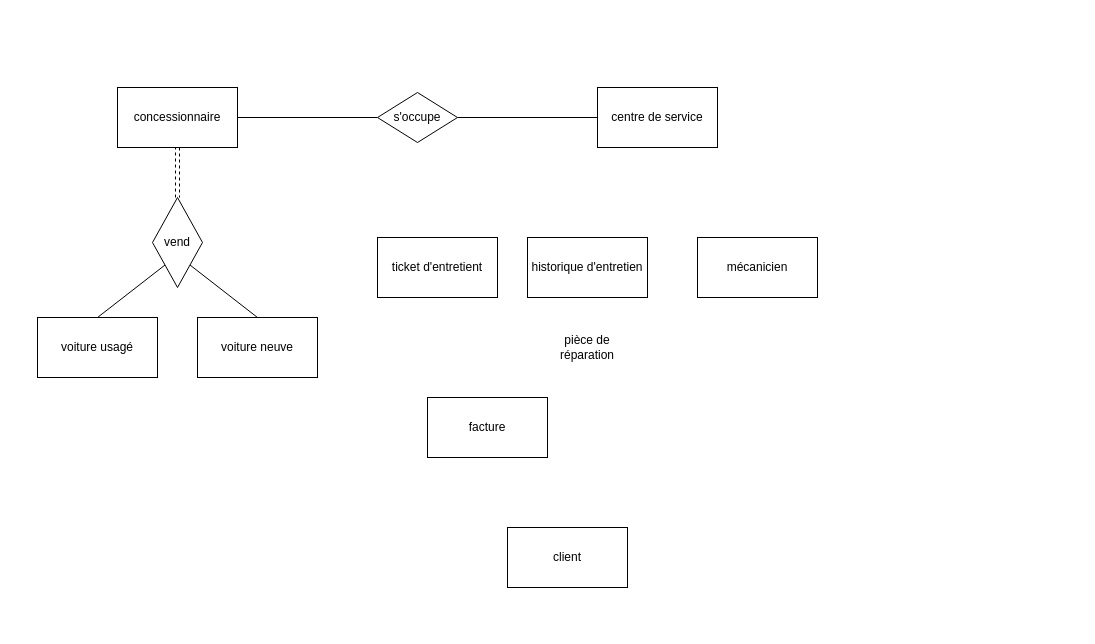
Above: Diagramme sans nom.drawio in AlexisBoucher/IFT2935 (draw.io), before the change. Source tidied: cells renumbered, new cells numbered last; positions are measured from the earlier drawing's top-left corner, leaving out a move shared by most shapes. Both pictures are drawn from the tidied source at 100%, with x=0, y=0 at pixel (37, 87).
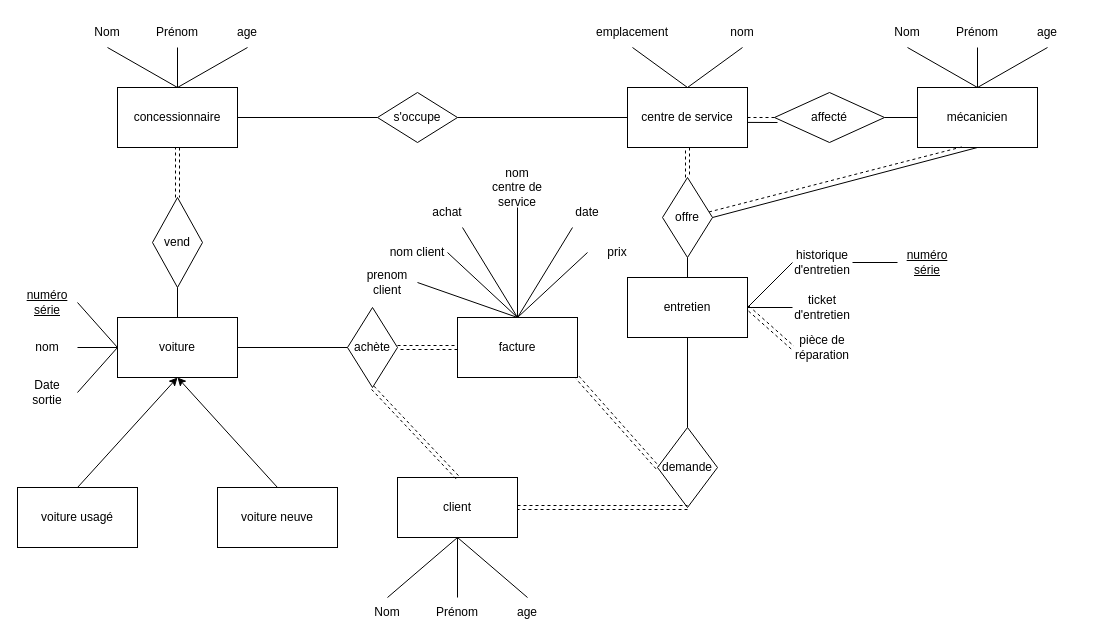
The same diagram, later.

Commit message:
Mettre à jour Diagramme sans nom.drawio

The change refers to these unchanged cells:
```xml
<mxCell id="2" value="concessionnaire" style="rounded=0;whiteSpace=wrap;html=1;" parent="1" vertex="1">
  <mxGeometry x="80" width="120" height="60" as="geometry" />
</mxCell>
<mxCell id="10" value="vend" style="rhombus;whiteSpace=wrap;html=1;" parent="1" vertex="1">
  <mxGeometry x="115" y="110" width="50" height="90" as="geometry" />
</mxCell>
```

The edit, as a diff of the source:
```diff
@@
     <mxCell id="3" value="voiture neuve" style="rounded=0;whiteSpace=wrap;html=1;" parent="1" vertex="1">
-      <mxGeometry x="160" y="230" width="120" height="60" as="geometry" />
+      <mxGeometry x="180" y="400" width="120" height="60" as="geometry" />
     </mxCell>
     <mxCell id="4" value="voiture usagé" style="rounded=0;whiteSpace=wrap;html=1;" parent="1" vertex="1">
-      <mxGeometry y="230" width="120" height="60" as="geometry" />
+      <mxGeometry x="-20" y="400" width="120" height="60" as="geometry" />
     </mxCell>
     <mxCell id="5" value="client" style="rounded=0;whiteSpace=wrap;html=1;" parent="1" vertex="1">
-      <mxGeometry x="470" y="440" width="120" height="60" as="geometry" />
+      <mxGeometry x="360" y="390" width="120" height="60" as="geometry" />
     </mxCell>
-    <mxCell id="6" value="facture" style="rounded=0;whiteSpace=wrap;html=1;" parent="1" vertex="1">
-      <mxGeometry x="390" y="310" width="120" height="60" as="geometry" />
-    </mxCell>
-    <mxCell id="7" value="ticket d'entretient" style="rounded=0;whiteSpace=wrap;html=1;" parent="1" vertex="1">
-      <mxGeometry x="340" y="150" width="120" height="60" as="geometry" />
-    </mxCell>
     <mxCell id="8" value="centre de service" style="rounded=0;whiteSpace=wrap;html=1;" parent="1" vertex="1">
-      <mxGeometry x="560" width="120" height="60" as="geometry" />
+      <mxGeometry x="590" width="120" height="60" as="geometry" />
     </mxCell>
     <mxCell id="9" value="mécanicien" style="rounded=0;whiteSpace=wrap;html=1;" parent="1" vertex="1">
-      <mxGeometry x="660" y="150" width="120" height="60" as="geometry" />
+      <mxGeometry x="880" width="120" height="60" as="geometry" />
     </mxCell>
@@
-    <mxCell id="11" style="endArrow=none;html=1;rounded=0;exitX=0.5;exitY=0;exitDx=0;exitDy=0;entryX=0;entryY=1;entryDx=0;entryDy=0;" parent="1" edge="1" source="4" target="10">
-      <mxGeometry relative="1" as="geometry" />
-    </mxCell>
-    <mxCell id="12" style="endArrow=none;html=1;rounded=0;exitX=1;exitY=1;exitDx=0;exitDy=0;entryX=0.5;entryY=0;entryDx=0;entryDy=0;" parent="1" edge="1" source="10" target="3">
-      <mxGeometry relative="1" as="geometry" />
-    </mxCell>
@@
+    <mxCell id="18" value="pièce de réparation" style="text;html=1;strokeColor=none;fillColor=none;align=center;verticalAlign=middle;whiteSpace=wrap;rounded=0;" parent="1" vertex="1">
+      <mxGeometry x="755" y="245" width="60" height="30" as="geometry" />
+    </mxCell>
+    <mxCell id="19" value="voiture" style="rounded=0;whiteSpace=wrap;html=1;" parent="1" vertex="1">
+      <mxGeometry x="80" y="230" width="120" height="60" as="geometry" />
+    </mxCell>
+    <mxCell id="20" style="endArrow=classic;html=1;rounded=0;exitX=0.5;exitY=0;exitDx=0;exitDy=0;entryX=0.5;entryY=1;entryDx=0;entryDy=0;" parent="1" edge="1" source="4" target="19">
+      <mxGeometry relative="1" as="geometry" />
+    </mxCell>
+    <mxCell id="21" style="endArrow=classic;html=1;rounded=0;exitX=0.5;exitY=0;exitDx=0;exitDy=0;entryX=0.5;entryY=1;entryDx=0;entryDy=0;" parent="1" edge="1" source="3" target="19">
+      <mxGeometry relative="1" as="geometry" />
+    </mxCell>
+    <mxCell id="22" style="endArrow=none;html=1;rounded=0;exitX=0.5;exitY=0;exitDx=0;exitDy=0;entryX=0.5;entryY=1;entryDx=0;entryDy=0;" parent="1" edge="1" source="19" target="10">
+      <mxGeometry relative="1" as="geometry" />
+    </mxCell>
+    <mxCell id="23" value="achète" style="rhombus;whiteSpace=wrap;html=1;" parent="1" vertex="1">
+      <mxGeometry x="310" y="220" width="50" height="80" as="geometry" />
+    </mxCell>
+    <mxCell id="24" style="endArrow=none;dashed=1;html=1;rounded=0;exitX=0.5;exitY=1;exitDx=0;exitDy=0;entryX=0.5;entryY=0;entryDx=0;entryDy=0;shape=link;" parent="1" edge="1" source="23" target="5">
+      <mxGeometry relative="1" as="geometry" />
+    </mxCell>
+    <mxCell id="25" style="endArrow=none;html=1;rounded=0;exitX=1;exitY=0.5;exitDx=0;exitDy=0;entryX=0;entryY=0.5;entryDx=0;entryDy=0;" parent="1" edge="1" source="19" target="23">
+      <mxGeometry relative="1" as="geometry" />
+    </mxCell>
+    <mxCell id="26" value="offre" style="rhombus;whiteSpace=wrap;html=1;" parent="1" vertex="1">
+      <mxGeometry x="625" y="90" width="50" height="80" as="geometry" />
+    </mxCell>
+    <mxCell id="27" style="endArrow=none;dashed=1;html=1;rounded=0;entryX=0;entryY=0.5;entryDx=0;entryDy=0;shape=link;" parent="1" edge="1" source="23" target="6">
+      <mxGeometry relative="1" as="geometry" />
+    </mxCell>
+    <mxCell id="28" value="demande" style="rhombus;whiteSpace=wrap;html=1;" parent="1" vertex="1">
+      <mxGeometry x="620" y="340" width="60" height="80" as="geometry" />
+    </mxCell>
+    <mxCell id="29" style="endArrow=none;html=1;rounded=0;entryX=0.5;entryY=1;entryDx=0;entryDy=0;" parent="1" edge="1" source="81" target="26">
+      <mxGeometry relative="1" as="geometry" />
+    </mxCell>
-    <mxCell id="17" value="historique d'entretien" style="rounded=0;whiteSpace=wrap;html=1;" parent="1" vertex="1">
-      <mxGeometry x="490" y="150" width="120" height="60" as="geometry" />
+    <mxCell id="17" value="historique d'entretien" style="text;html=1;strokeColor=none;fillColor=none;align=center;verticalAlign=middle;whiteSpace=wrap;rounded=0;" parent="1" vertex="1">
+      <mxGeometry x="755" y="160" width="60" height="30" as="geometry" />
     </mxCell>
-    <mxCell id="18" value="pièce de réparation" style="text;html=1;strokeColor=none;fillColor=none;align=center;verticalAlign=middle;whiteSpace=wrap;rounded=0;" parent="1" vertex="1">
-      <mxGeometry x="520" y="245" width="60" height="30" as="geometry" />
-    </mxCell>
+    <mxCell id="30" value="ticket d'entretien" style="text;html=1;strokeColor=none;fillColor=none;align=center;verticalAlign=middle;whiteSpace=wrap;rounded=0;" parent="1" vertex="1">
+      <mxGeometry x="755" y="205" width="60" height="30" as="geometry" />
+    </mxCell>
+    <mxCell id="31" value="affecté" style="rhombus;whiteSpace=wrap;html=1;" parent="1" vertex="1">
+      <mxGeometry x="737" y="5" width="110" height="50" as="geometry" />
+    </mxCell>
+    <mxCell id="32" style="endArrow=none;html=1;rounded=0;exitX=1;exitY=0.582;exitDx=0;exitDy=0;exitPerimeter=0;" parent="1" edge="1" source="8">
+      <mxGeometry relative="1" as="geometry">
+        <mxPoint x="740" y="35" as="targetPoint" />
+      </mxGeometry>
+    </mxCell>
+    <mxCell id="33" style="endArrow=none;dashed=1;html=1;rounded=0;entryX=0;entryY=0.5;entryDx=0;entryDy=0;exitX=1;exitY=0.5;exitDx=0;exitDy=0;" parent="1" edge="1" source="8" target="31">
+      <mxGeometry relative="1" as="geometry" />
+    </mxCell>
+    <mxCell id="34" style="endArrow=none;html=1;rounded=0;entryX=0;entryY=0.5;entryDx=0;entryDy=0;exitX=1;exitY=0.5;exitDx=0;exitDy=0;" parent="1" edge="1" source="31" target="9">
+      <mxGeometry relative="1" as="geometry" />
+    </mxCell>
+    <mxCell id="35" style="endArrow=none;html=1;rounded=0;entryX=0.5;entryY=1;entryDx=0;entryDy=0;exitX=1;exitY=0.5;exitDx=0;exitDy=0;" parent="1" edge="1" source="26" target="9">
+      <mxGeometry relative="1" as="geometry" />
+    </mxCell>
+    <mxCell id="36" style="endArrow=none;dashed=1;html=1;rounded=0;entryX=0.385;entryY=0.983;entryDx=0;entryDy=0;entryPerimeter=0;" parent="1" edge="1" source="26" target="9">
+      <mxGeometry relative="1" as="geometry" />
+    </mxCell>
+    <mxCell id="37" style="endArrow=none;html=1;rounded=0;exitX=0.5;exitY=0;exitDx=0;exitDy=0;entryX=0.5;entryY=1;entryDx=0;entryDy=0;" parent="1" edge="1" source="28" target="81">
+      <mxGeometry relative="1" as="geometry" />
+    </mxCell>
+    <mxCell id="38" style="endArrow=none;dashed=1;html=1;rounded=0;shape=link;entryX=0.5;entryY=1;entryDx=0;entryDy=0;exitX=1;exitY=0.5;exitDx=0;exitDy=0;" parent="1" edge="1" source="5" target="28">
+      <mxGeometry relative="1" as="geometry" />
+    </mxCell>
+    <mxCell id="39" style="endArrow=none;dashed=1;html=1;rounded=0;shape=link;entryX=0.5;entryY=1;entryDx=0;entryDy=0;exitX=0.5;exitY=0;exitDx=0;exitDy=0;" parent="1" edge="1" source="26" target="8">
+      <mxGeometry relative="1" as="geometry" />
+    </mxCell>
+    <mxCell id="40" style="endArrow=none;html=1;rounded=0;entryX=0;entryY=0.5;entryDx=0;entryDy=0;exitX=1;exitY=0.5;exitDx=0;exitDy=0;" parent="1" edge="1" source="81" target="17">
+      <mxGeometry relative="1" as="geometry" />
+    </mxCell>
+    <mxCell id="41" style="endArrow=none;html=1;rounded=0;entryX=0;entryY=0.5;entryDx=0;entryDy=0;startArrow=none;" parent="1" edge="1" source="81" target="30">
+      <mxGeometry relative="1" as="geometry" />
+    </mxCell>
+    <mxCell id="42" style="endArrow=none;dashed=1;html=1;rounded=0;shape=link;entryX=0;entryY=0.5;entryDx=0;entryDy=0;exitX=1;exitY=0.5;exitDx=0;exitDy=0;" parent="1" edge="1" source="81" target="18">
+      <mxGeometry relative="1" as="geometry" />
+    </mxCell>
+    <mxCell id="43" style="endArrow=none;html=1;rounded=0;exitX=1;exitY=0.5;exitDx=0;exitDy=0;entryX=0;entryY=0.5;entryDx=0;entryDy=0;" parent="1" edge="1" source="17" target="44">
+      <mxGeometry relative="1" as="geometry" />
+    </mxCell>
+    <mxCell id="44" value="&lt;u&gt;numéro série&lt;/u&gt;" style="text;html=1;strokeColor=none;fillColor=none;align=center;verticalAlign=middle;whiteSpace=wrap;rounded=0;" parent="1" vertex="1">
+      <mxGeometry x="860" y="160" width="60" height="30" as="geometry" />
+    </mxCell>
+    <mxCell id="45" value="Nom" style="text;html=1;strokeColor=none;fillColor=none;align=center;verticalAlign=middle;whiteSpace=wrap;rounded=0;" parent="1" vertex="1">
+      <mxGeometry x="40" y="-70" width="60" height="30" as="geometry" />
+    </mxCell>
+    <mxCell id="46" value="Prénom" style="text;html=1;strokeColor=none;fillColor=none;align=center;verticalAlign=middle;whiteSpace=wrap;rounded=0;" parent="1" vertex="1">
+      <mxGeometry x="110" y="-70" width="60" height="30" as="geometry" />
+    </mxCell>
+    <mxCell id="47" value="age" style="text;html=1;strokeColor=none;fillColor=none;align=center;verticalAlign=middle;whiteSpace=wrap;rounded=0;" parent="1" vertex="1">
+      <mxGeometry x="180" y="-70" width="60" height="30" as="geometry" />
+    </mxCell>
+    <mxCell id="6" value="facture" style="rounded=0;whiteSpace=wrap;html=1;" parent="1" vertex="1">
+      <mxGeometry x="420" y="230" width="120" height="60" as="geometry" />
+    </mxCell>
+    <mxCell id="48" style="endArrow=none;dashed=1;html=1;rounded=0;entryX=0;entryY=0.5;entryDx=0;entryDy=0;exitX=1;exitY=1;exitDx=0;exitDy=0;shape=link;" parent="1" edge="1" source="6" target="28">
+      <mxGeometry relative="1" as="geometry" />
+    </mxCell>
+    <mxCell id="49" value="&lt;u&gt;numéro série&lt;/u&gt;" style="text;html=1;strokeColor=none;fillColor=none;align=center;verticalAlign=middle;whiteSpace=wrap;rounded=0;" parent="1" vertex="1">
+      <mxGeometry x="-20" y="200" width="60" height="30" as="geometry" />
+    </mxCell>
+    <mxCell id="50" value="nom" style="text;html=1;strokeColor=none;fillColor=none;align=center;verticalAlign=middle;whiteSpace=wrap;rounded=0;" parent="1" vertex="1">
+      <mxGeometry x="-20" y="245" width="60" height="30" as="geometry" />
+    </mxCell>
+    <mxCell id="51" value="Date sortie" style="text;html=1;strokeColor=none;fillColor=none;align=center;verticalAlign=middle;whiteSpace=wrap;rounded=0;" parent="1" vertex="1">
+      <mxGeometry x="-20" y="290" width="60" height="30" as="geometry" />
+    </mxCell>
+    <mxCell id="52" style="endArrow=none;html=1;rounded=0;exitX=1;exitY=0.5;exitDx=0;exitDy=0;entryX=0;entryY=0.5;entryDx=0;entryDy=0;" parent="1" edge="1" source="51" target="19">
+      <mxGeometry relative="1" as="geometry" />
+    </mxCell>
+    <mxCell id="53" style="endArrow=none;html=1;rounded=0;exitX=1;exitY=0.5;exitDx=0;exitDy=0;entryX=0;entryY=0.5;entryDx=0;entryDy=0;" parent="1" edge="1" source="50" target="19">
+      <mxGeometry relative="1" as="geometry" />
+    </mxCell>
+    <mxCell id="54" style="endArrow=none;html=1;rounded=0;exitX=1;exitY=0.5;exitDx=0;exitDy=0;entryX=0;entryY=0.5;entryDx=0;entryDy=0;" parent="1" edge="1" source="49" target="19">
+      <mxGeometry relative="1" as="geometry" />
+    </mxCell>
+    <mxCell id="55" style="endArrow=none;html=1;rounded=0;entryX=0.5;entryY=1;entryDx=0;entryDy=0;exitX=0.5;exitY=0;exitDx=0;exitDy=0;" parent="1" edge="1" source="2" target="47">
+      <mxGeometry relative="1" as="geometry" />
+    </mxCell>
+    <mxCell id="56" style="endArrow=none;html=1;rounded=0;entryX=0.5;entryY=1;entryDx=0;entryDy=0;" parent="1" edge="1" target="46">
+      <mxGeometry relative="1" as="geometry">
+        <mxPoint x="140" as="sourcePoint" />
+      </mxGeometry>
+    </mxCell>
+    <mxCell id="57" style="endArrow=none;html=1;rounded=0;entryX=0.5;entryY=1;entryDx=0;entryDy=0;exitX=0.5;exitY=0;exitDx=0;exitDy=0;" parent="1" edge="1" source="2" target="45">
+      <mxGeometry relative="1" as="geometry" />
+    </mxCell>
+    <mxCell id="58" value="Nom" style="text;html=1;strokeColor=none;fillColor=none;align=center;verticalAlign=middle;whiteSpace=wrap;rounded=0;" parent="1" vertex="1">
+      <mxGeometry x="320" y="510" width="60" height="30" as="geometry" />
+    </mxCell>
+    <mxCell id="59" value="Prénom" style="text;html=1;strokeColor=none;fillColor=none;align=center;verticalAlign=middle;whiteSpace=wrap;rounded=0;" parent="1" vertex="1">
+      <mxGeometry x="390" y="510" width="60" height="30" as="geometry" />
+    </mxCell>
+    <mxCell id="60" value="age" style="text;html=1;strokeColor=none;fillColor=none;align=center;verticalAlign=middle;whiteSpace=wrap;rounded=0;" parent="1" vertex="1">
+      <mxGeometry x="460" y="510" width="60" height="30" as="geometry" />
+    </mxCell>
+    <mxCell id="61" style="endArrow=none;html=1;rounded=0;entryX=0.5;entryY=1;entryDx=0;entryDy=0;exitX=0.5;exitY=0;exitDx=0;exitDy=0;" parent="1" edge="1" source="58" target="5">
+      <mxGeometry relative="1" as="geometry" />
+    </mxCell>
+    <mxCell id="62" style="endArrow=none;html=1;rounded=0;exitX=0.5;exitY=1;exitDx=0;exitDy=0;entryX=0.5;entryY=0;entryDx=0;entryDy=0;" parent="1" edge="1" source="5" target="59">
+      <mxGeometry relative="1" as="geometry" />
+    </mxCell>
+    <mxCell id="63" style="endArrow=none;html=1;rounded=0;entryX=0.5;entryY=1;entryDx=0;entryDy=0;exitX=0.5;exitY=0;exitDx=0;exitDy=0;" parent="1" edge="1" source="60" target="5">
+      <mxGeometry relative="1" as="geometry" />
+    </mxCell>
+    <mxCell id="64" value="Nom" style="text;html=1;strokeColor=none;fillColor=none;align=center;verticalAlign=middle;whiteSpace=wrap;rounded=0;" parent="1" vertex="1">
+      <mxGeometry x="840" y="-70" width="60" height="30" as="geometry" />
+    </mxCell>
+    <mxCell id="65" value="Prénom" style="text;html=1;strokeColor=none;fillColor=none;align=center;verticalAlign=middle;whiteSpace=wrap;rounded=0;" parent="1" vertex="1">
+      <mxGeometry x="910" y="-70" width="60" height="30" as="geometry" />
+    </mxCell>
+    <mxCell id="66" value="age" style="text;html=1;strokeColor=none;fillColor=none;align=center;verticalAlign=middle;whiteSpace=wrap;rounded=0;" parent="1" vertex="1">
+      <mxGeometry x="980" y="-70" width="60" height="30" as="geometry" />
+    </mxCell>
+    <mxCell id="67" style="endArrow=none;html=1;rounded=0;exitX=0.5;exitY=1;exitDx=0;exitDy=0;entryX=0.5;entryY=0;entryDx=0;entryDy=0;" parent="1" edge="1" source="64" target="9">
+      <mxGeometry relative="1" as="geometry" />
+    </mxCell>
+    <mxCell id="68" style="endArrow=none;html=1;rounded=0;exitX=0.5;exitY=1;exitDx=0;exitDy=0;entryX=0.5;entryY=0;entryDx=0;entryDy=0;" parent="1" edge="1" source="65" target="9">
+      <mxGeometry relative="1" as="geometry" />
+    </mxCell>
+    <mxCell id="69" style="endArrow=none;html=1;rounded=0;exitX=0.5;exitY=1;exitDx=0;exitDy=0;entryX=0.5;entryY=0;entryDx=0;entryDy=0;" parent="1" edge="1" source="66" target="9">
+      <mxGeometry relative="1" as="geometry" />
+    </mxCell>
+    <mxCell id="70" value="emplacement" style="text;html=1;strokeColor=none;fillColor=none;align=center;verticalAlign=middle;whiteSpace=wrap;rounded=0;" parent="1" vertex="1">
+      <mxGeometry x="565" y="-70" width="60" height="30" as="geometry" />
+    </mxCell>
+    <mxCell id="71" value="nom" style="text;html=1;strokeColor=none;fillColor=none;align=center;verticalAlign=middle;whiteSpace=wrap;rounded=0;" parent="1" vertex="1">
+      <mxGeometry x="675" y="-70" width="60" height="30" as="geometry" />
+    </mxCell>
+    <mxCell id="72" style="endArrow=none;html=1;rounded=0;exitX=0.5;exitY=1;exitDx=0;exitDy=0;entryX=0.5;entryY=0;entryDx=0;entryDy=0;" parent="1" edge="1" source="70" target="8">
+      <mxGeometry relative="1" as="geometry" />
+    </mxCell>
+    <mxCell id="73" style="endArrow=none;html=1;rounded=0;entryX=0.5;entryY=1;entryDx=0;entryDy=0;exitX=0.5;exitY=0;exitDx=0;exitDy=0;" parent="1" edge="1" source="8" target="71">
+      <mxGeometry relative="1" as="geometry" />
+    </mxCell>
+    <mxCell id="74" value="achat" style="text;html=1;strokeColor=none;fillColor=none;align=center;verticalAlign=middle;whiteSpace=wrap;rounded=0;" parent="1" vertex="1">
+      <mxGeometry x="380" y="110" width="60" height="30" as="geometry" />
+    </mxCell>
+    <mxCell id="75" value="prix" style="text;html=1;strokeColor=none;fillColor=none;align=center;verticalAlign=middle;whiteSpace=wrap;rounded=0;" parent="1" vertex="1">
+      <mxGeometry x="550" y="150" width="60" height="30" as="geometry" />
+    </mxCell>
+    <mxCell id="76" value="nom client" style="text;html=1;strokeColor=none;fillColor=none;align=center;verticalAlign=middle;whiteSpace=wrap;rounded=0;" parent="1" vertex="1">
+      <mxGeometry x="350" y="150" width="60" height="30" as="geometry" />
+    </mxCell>
+    <mxCell id="77" value="prenom client" style="text;html=1;strokeColor=none;fillColor=none;align=center;verticalAlign=middle;whiteSpace=wrap;rounded=0;" parent="1" vertex="1">
+      <mxGeometry x="320" y="180" width="60" height="30" as="geometry" />
+    </mxCell>
+    <mxCell id="78" value="nom centre de service" style="text;html=1;strokeColor=none;fillColor=none;align=center;verticalAlign=middle;whiteSpace=wrap;rounded=0;" parent="1" vertex="1">
+      <mxGeometry x="450" y="80" width="60" height="40" as="geometry" />
+    </mxCell>
+    <mxCell id="79" value="date" style="text;html=1;strokeColor=none;fillColor=none;align=center;verticalAlign=middle;whiteSpace=wrap;rounded=0;" parent="1" vertex="1">
+      <mxGeometry x="520" y="110" width="60" height="30" as="geometry" />
+    </mxCell>
+    <mxCell id="80" style="endArrow=none;html=1;rounded=0;entryX=0;entryY=0.5;entryDx=0;entryDy=0;" parent="1" edge="1" target="81">
+      <mxGeometry relative="1" as="geometry">
+        <mxPoint x="680" y="220" as="sourcePoint" />
+      </mxGeometry>
+    </mxCell>
+    <mxCell id="81" value="entretien" style="rounded=0;whiteSpace=wrap;html=1;" parent="1" vertex="1">
+      <mxGeometry x="590" y="190" width="120" height="60" as="geometry" />
+    </mxCell>
+    <mxCell id="82" style="endArrow=none;html=1;rounded=0;exitX=1;exitY=0.5;exitDx=0;exitDy=0;entryX=0.5;entryY=0;entryDx=0;entryDy=0;" parent="1" edge="1" source="77" target="6">
+      <mxGeometry relative="1" as="geometry" />
+    </mxCell>
+    <mxCell id="83" style="endArrow=none;html=1;rounded=0;exitX=1;exitY=0.5;exitDx=0;exitDy=0;" parent="1" edge="1" source="76">
+      <mxGeometry relative="1" as="geometry">
+        <mxPoint x="480" y="230" as="targetPoint" />
+      </mxGeometry>
+    </mxCell>
+    <mxCell id="84" style="endArrow=none;html=1;rounded=0;exitX=0.75;exitY=1;exitDx=0;exitDy=0;" parent="1" edge="1" source="74">
+      <mxGeometry relative="1" as="geometry">
+        <mxPoint x="480" y="230" as="targetPoint" />
+      </mxGeometry>
+    </mxCell>
+    <mxCell id="85" style="endArrow=none;html=1;rounded=0;entryX=0.5;entryY=1;entryDx=0;entryDy=0;" parent="1" edge="1" source="6" target="78">
+      <mxGeometry relative="1" as="geometry" />
+    </mxCell>
+    <mxCell id="86" style="endArrow=none;html=1;rounded=0;exitX=0.5;exitY=0;exitDx=0;exitDy=0;entryX=0.25;entryY=1;entryDx=0;entryDy=0;" parent="1" edge="1" source="6" target="79">
+      <mxGeometry relative="1" as="geometry" />
+    </mxCell>
+    <mxCell id="87" style="endArrow=none;html=1;rounded=0;entryX=0;entryY=0.5;entryDx=0;entryDy=0;" parent="1" edge="1" target="75">
+      <mxGeometry relative="1" as="geometry">
+        <mxPoint x="480" y="230" as="sourcePoint" />
+      </mxGeometry>
+    </mxCell>
```
